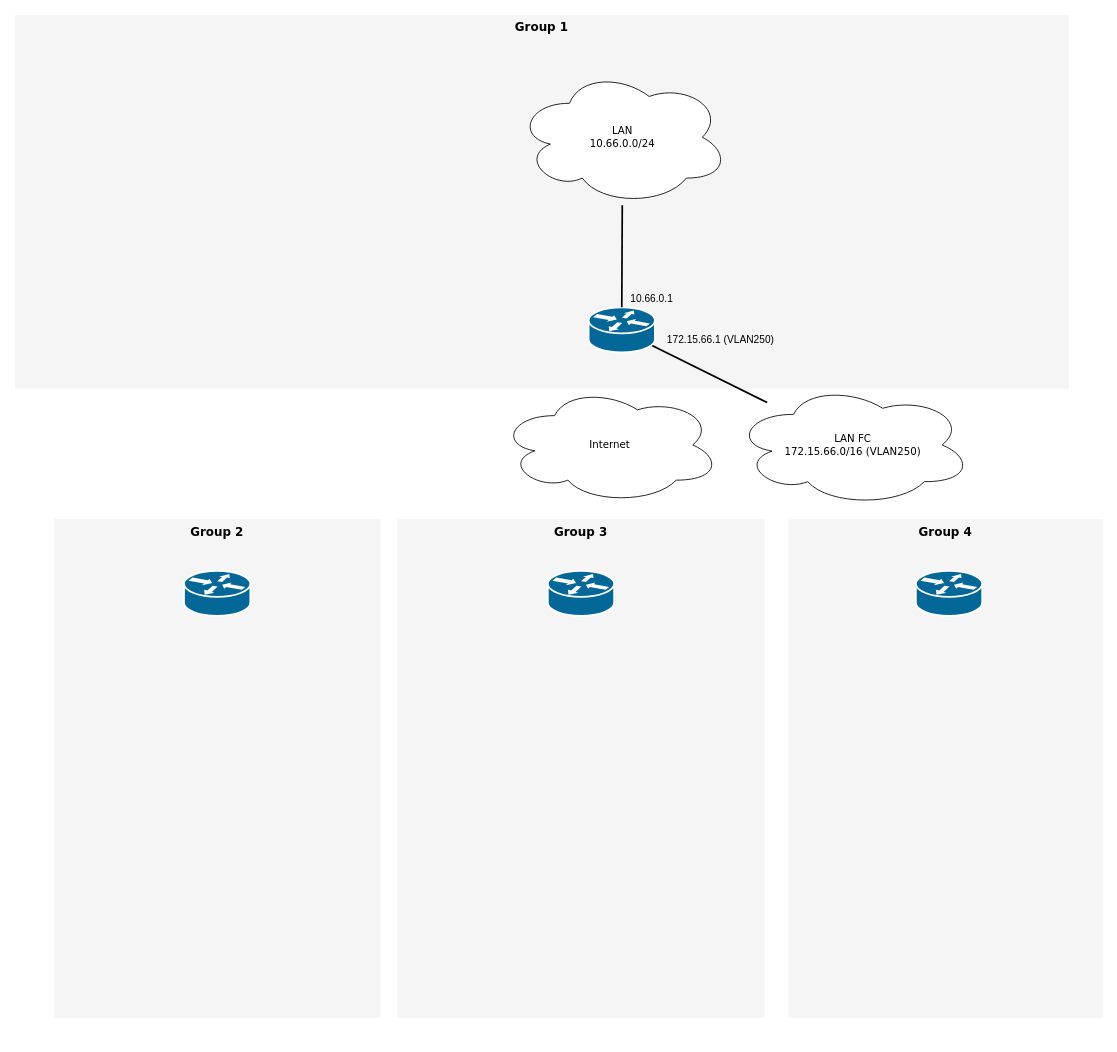
kronalf/Novohapersk keeps this draw.io diagram as Untitled Diagram.drawio. Above is the earlier version. Source tidied: cells renumbered, new cells numbered last; positions are measured from the earlier drawing's top-left corner, leaving out a move shared by most shapes. Both pictures are drawn from the tidied source at 85%, with x=0, y=0 at pixel (14, 14).
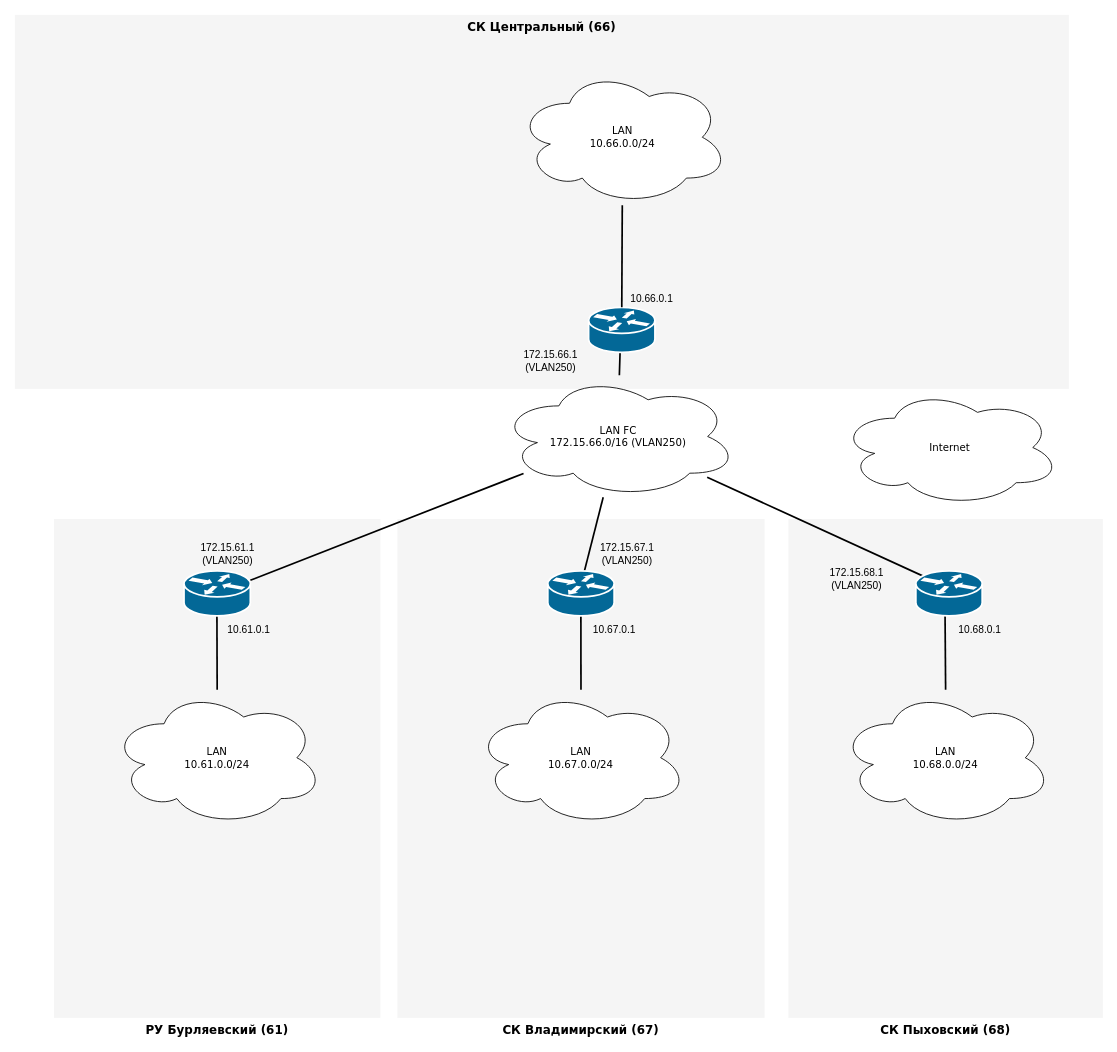
After the change.

Unchanged cells that the change refers to:
```xml
<mxCell id="14" style="shape=mxgraph.cisco.routers.router;html=1;dashed=0;fillColor=#036897;strokeColor=#ffffff;strokeWidth=2;verticalLabelPosition=bottom;verticalAlign=top;rounded=0;shadow=0;comic=0;fontFamily=Verdana;fontSize=12;" parent="1" vertex="1">
  <mxGeometry x="199" y="654" width="78" height="53" as="geometry" />
</mxCell>
```

Diff of the diagram source:
```diff
@@
-    <mxCell id="2" value="Group 1" style="whiteSpace=wrap;html=1;rounded=0;shadow=0;comic=0;strokeWidth=1;fontFamily=Verdana;fontSize=14;fillColor=#f5f5f5;strokeColor=none;verticalAlign=top;fontStyle=1;" parent="1" vertex="1">
+    <mxCell id="2" value="СК Центральный (66)" style="whiteSpace=wrap;html=1;rounded=0;shadow=0;comic=0;strokeWidth=1;fontFamily=Verdana;fontSize=14;fillColor=#f5f5f5;strokeColor=none;verticalAlign=top;fontStyle=1;" parent="1" vertex="1">
       <mxGeometry width="1240" height="440" as="geometry" />
     </mxCell>
-    <mxCell id="3" value="Group 4" style="whiteSpace=wrap;html=1;rounded=0;shadow=0;comic=0;strokeWidth=1;fontFamily=Verdana;fontSize=14;fillColor=#f5f5f5;strokeColor=none;fontStyle=1;verticalAlign=top;" parent="1" vertex="1">
+    <mxCell id="3" value="СК Пыховский (68)" style="whiteSpace=wrap;html=1;rounded=0;shadow=0;comic=0;strokeWidth=1;fontFamily=Verdana;fontSize=14;fillColor=#f5f5f5;strokeColor=none;fontStyle=1;verticalAlign=top;labelPosition=center;verticalLabelPosition=bottom;align=center;" parent="1" vertex="1">
       <mxGeometry x="910" y="593" width="370" height="587" as="geometry" />
     </mxCell>
-    <mxCell id="4" value="Group 3" style="whiteSpace=wrap;html=1;rounded=0;shadow=0;comic=0;strokeWidth=1;fontFamily=Verdana;fontSize=14;fillColor=#f5f5f5;strokeColor=none;fontStyle=1;verticalAlign=top;" parent="1" vertex="1">
+    <mxCell id="4" value="СК Владимирский (67)" style="whiteSpace=wrap;html=1;rounded=0;shadow=0;comic=0;strokeWidth=1;fontFamily=Verdana;fontSize=14;fillColor=#f5f5f5;strokeColor=none;fontStyle=1;verticalAlign=top;labelPosition=center;verticalLabelPosition=bottom;align=center;" parent="1" vertex="1">
       <mxGeometry x="450" y="593" width="432" height="587" as="geometry" />
     </mxCell>
-    <mxCell id="5" value="Group 2" style="whiteSpace=wrap;html=1;rounded=0;shadow=0;comic=0;strokeWidth=1;fontFamily=Verdana;fontSize=14;fillColor=#f5f5f5;strokeColor=none;fontStyle=1;verticalAlign=top;" parent="1" vertex="1">
+    <mxCell id="5" value="РУ Бурляевский (61)" style="whiteSpace=wrap;html=1;rounded=0;shadow=0;comic=0;strokeWidth=1;fontFamily=Verdana;fontSize=14;fillColor=#f5f5f5;strokeColor=none;fontStyle=1;verticalAlign=top;labelPosition=center;verticalLabelPosition=bottom;align=center;" parent="1" vertex="1">
       <mxGeometry x="46" y="593" width="384" height="587" as="geometry" />
     </mxCell>
     <mxCell id="6" value="Internet" style="ellipse;shape=cloud;whiteSpace=wrap;html=1;rounded=0;shadow=0;comic=0;strokeWidth=1;fontFamily=Verdana;fontSize=12;" parent="1" vertex="1">
-      <mxGeometry x="570" y="437" width="260" height="138" as="geometry" />
+      <mxGeometry x="970" y="440" width="260" height="138" as="geometry" />
     </mxCell>
@@
     <mxCell id="12" value="LAN FC&lt;br&gt;172.15.66.0/16 (VLAN250)" style="ellipse;shape=cloud;whiteSpace=wrap;html=1;rounded=0;shadow=0;comic=0;strokeWidth=1;fontFamily=Verdana;fontSize=12;" parent="1" vertex="1">
-      <mxGeometry x="846" y="434" width="280" height="144" as="geometry" />
+      <mxGeometry x="570" y="424" width="280" height="144" as="geometry" />
     </mxCell>
-    <mxCell id="13" value="172.15.66.1 (VLAN250)" style="text;html=1;align=center;verticalAlign=middle;fillColor=none;strokeColor=none;rounded=0;" parent="1" vertex="1">
-      <mxGeometry x="760" y="372" width="140" height="20" as="geometry" />
+    <mxCell id="13" value="172.15.66.1&lt;br&gt;(VLAN250)" style="text;html=1;align=center;verticalAlign=middle;fillColor=none;strokeColor=none;rounded=0;" parent="1" vertex="1">
+      <mxGeometry x="590" y="392" width="80" height="30" as="geometry" />
     </mxCell>
+    <mxCell id="17" style="edgeStyle=none;html=1;labelBackgroundColor=none;startFill=0;endArrow=none;endFill=0;strokeWidth=2;fontFamily=Verdana;fontSize=12;exitX=0.497;exitY=0.38;exitDx=0;exitDy=0;exitPerimeter=0;" parent="1" edge="1" source="16" target="12">
+      <mxGeometry relative="1" as="geometry" />
+    </mxCell>
+    <mxCell id="18" value="172.15.68.1&lt;br&gt;(VLAN250)" style="text;html=1;align=center;verticalAlign=middle;fillColor=none;strokeColor=none;rounded=0;" parent="1" vertex="1">
+      <mxGeometry x="950" y="649" width="80" height="30" as="geometry" />
+    </mxCell>
+    <mxCell id="19" value="172.15.67.1&lt;br&gt;(VLAN250)" style="text;html=1;align=center;verticalAlign=middle;fillColor=none;strokeColor=none;rounded=0;" parent="1" vertex="1">
+      <mxGeometry x="680" y="619" width="80" height="30" as="geometry" />
+    </mxCell>
+    <mxCell id="20" value="172.15.61.1&lt;br&gt;(VLAN250)" style="text;html=1;align=center;verticalAlign=middle;fillColor=none;strokeColor=none;rounded=0;" parent="1" vertex="1">
+      <mxGeometry x="210" y="619" width="80" height="30" as="geometry" />
+    </mxCell>
+    <mxCell id="21" style="edgeStyle=none;html=1;labelBackgroundColor=none;startFill=0;endArrow=none;endFill=0;strokeWidth=2;fontFamily=Verdana;fontSize=12;exitX=0.468;exitY=0.491;exitDx=0;exitDy=0;exitPerimeter=0;" parent="1" edge="1" source="15" target="12">
+      <mxGeometry relative="1" as="geometry" />
+    </mxCell>
+    <mxCell id="22" style="edgeStyle=none;html=1;labelBackgroundColor=none;startFill=0;endArrow=none;endFill=0;strokeWidth=2;fontFamily=Verdana;fontSize=12;" parent="1" edge="1" source="14" target="12">
+      <mxGeometry relative="1" as="geometry" />
+    </mxCell>
+    <mxCell id="23" value="LAN&lt;br&gt;10.68.0.0/24" style="ellipse;shape=cloud;whiteSpace=wrap;html=1;rounded=0;shadow=0;comic=0;strokeWidth=1;fontFamily=Verdana;fontSize=12;" parent="1" vertex="1">
+      <mxGeometry x="970" y="794" width="250" height="160" as="geometry" />
+    </mxCell>
+    <mxCell id="24" style="edgeStyle=none;html=1;labelBackgroundColor=none;startFill=0;endArrow=none;endFill=0;strokeWidth=2;fontFamily=Verdana;fontSize=12;entryX=0.437;entryY=0.38;entryDx=0;entryDy=0;entryPerimeter=0;" parent="1" edge="1" source="23" target="16">
+      <mxGeometry relative="1" as="geometry" />
+    </mxCell>
+    <mxCell id="16" style="shape=mxgraph.cisco.routers.router;html=1;dashed=0;fillColor=#036897;strokeColor=#ffffff;strokeWidth=2;verticalLabelPosition=bottom;verticalAlign=top;rounded=0;shadow=0;comic=0;fontFamily=Verdana;fontSize=12;" parent="1" vertex="1">
+      <mxGeometry x="1060" y="654" width="78" height="53" as="geometry" />
+    </mxCell>
+    <mxCell id="25" value="LAN&lt;br&gt;10.67.0.0/24" style="ellipse;shape=cloud;whiteSpace=wrap;html=1;rounded=0;shadow=0;comic=0;strokeWidth=1;fontFamily=Verdana;fontSize=12;" parent="1" vertex="1">
+      <mxGeometry x="541" y="794" width="250" height="160" as="geometry" />
+    </mxCell>
+    <mxCell id="26" value="LAN&lt;br&gt;10.61.0.0/24" style="ellipse;shape=cloud;whiteSpace=wrap;html=1;rounded=0;shadow=0;comic=0;strokeWidth=1;fontFamily=Verdana;fontSize=12;" parent="1" vertex="1">
+      <mxGeometry x="113" y="794" width="250" height="160" as="geometry" />
+    </mxCell>
+    <mxCell id="27" style="edgeStyle=none;html=1;labelBackgroundColor=none;startFill=0;endArrow=none;endFill=0;strokeWidth=2;fontFamily=Verdana;fontSize=12;entryX=0.498;entryY=0.357;entryDx=0;entryDy=0;entryPerimeter=0;" parent="1" edge="1" source="25" target="15">
+      <mxGeometry relative="1" as="geometry" />
+    </mxCell>
+    <mxCell id="15" style="shape=mxgraph.cisco.routers.router;html=1;dashed=0;fillColor=#036897;strokeColor=#ffffff;strokeWidth=2;verticalLabelPosition=bottom;verticalAlign=top;rounded=0;shadow=0;comic=0;fontFamily=Verdana;fontSize=12;" parent="1" vertex="1">
+      <mxGeometry x="627" y="654" width="78" height="53" as="geometry" />
+    </mxCell>
+    <mxCell id="28" style="edgeStyle=none;html=1;labelBackgroundColor=none;startFill=0;endArrow=none;endFill=0;strokeWidth=2;fontFamily=Verdana;fontSize=12;entryX=0.495;entryY=0.468;entryDx=0;entryDy=0;entryPerimeter=0;" parent="1" edge="1" source="26" target="14">
+      <mxGeometry relative="1" as="geometry" />
+    </mxCell>
@@
-    <mxCell id="15" style="shape=mxgraph.cisco.routers.router;html=1;dashed=0;fillColor=#036897;strokeColor=#ffffff;strokeWidth=2;verticalLabelPosition=bottom;verticalAlign=top;rounded=0;shadow=0;comic=0;fontFamily=Verdana;fontSize=12;" parent="1" vertex="1">
-      <mxGeometry x="627" y="654" width="78" height="53" as="geometry" />
-    </mxCell>
-    <mxCell id="16" style="shape=mxgraph.cisco.routers.router;html=1;dashed=0;fillColor=#036897;strokeColor=#ffffff;strokeWidth=2;verticalLabelPosition=bottom;verticalAlign=top;rounded=0;shadow=0;comic=0;fontFamily=Verdana;fontSize=12;" parent="1" vertex="1">
-      <mxGeometry x="1060" y="654" width="78" height="53" as="geometry" />
-    </mxCell>
+    <mxCell id="29" value="10.68.0.1" style="text;html=1;align=center;verticalAlign=middle;fillColor=none;strokeColor=none;rounded=0;" parent="1" vertex="1">
+      <mxGeometry x="1100" y="714" width="70" height="20" as="geometry" />
+    </mxCell>
+    <mxCell id="30" value="10.67.0.1" style="text;html=1;align=center;verticalAlign=middle;fillColor=none;strokeColor=none;rounded=0;" parent="1" vertex="1">
+      <mxGeometry x="670" y="714" width="70" height="20" as="geometry" />
+    </mxCell>
+    <mxCell id="31" value="10.61.0.1" style="text;html=1;align=center;verticalAlign=middle;fillColor=none;strokeColor=none;rounded=0;" parent="1" vertex="1">
+      <mxGeometry x="240" y="714" width="70" height="20" as="geometry" />
+    </mxCell>
```
